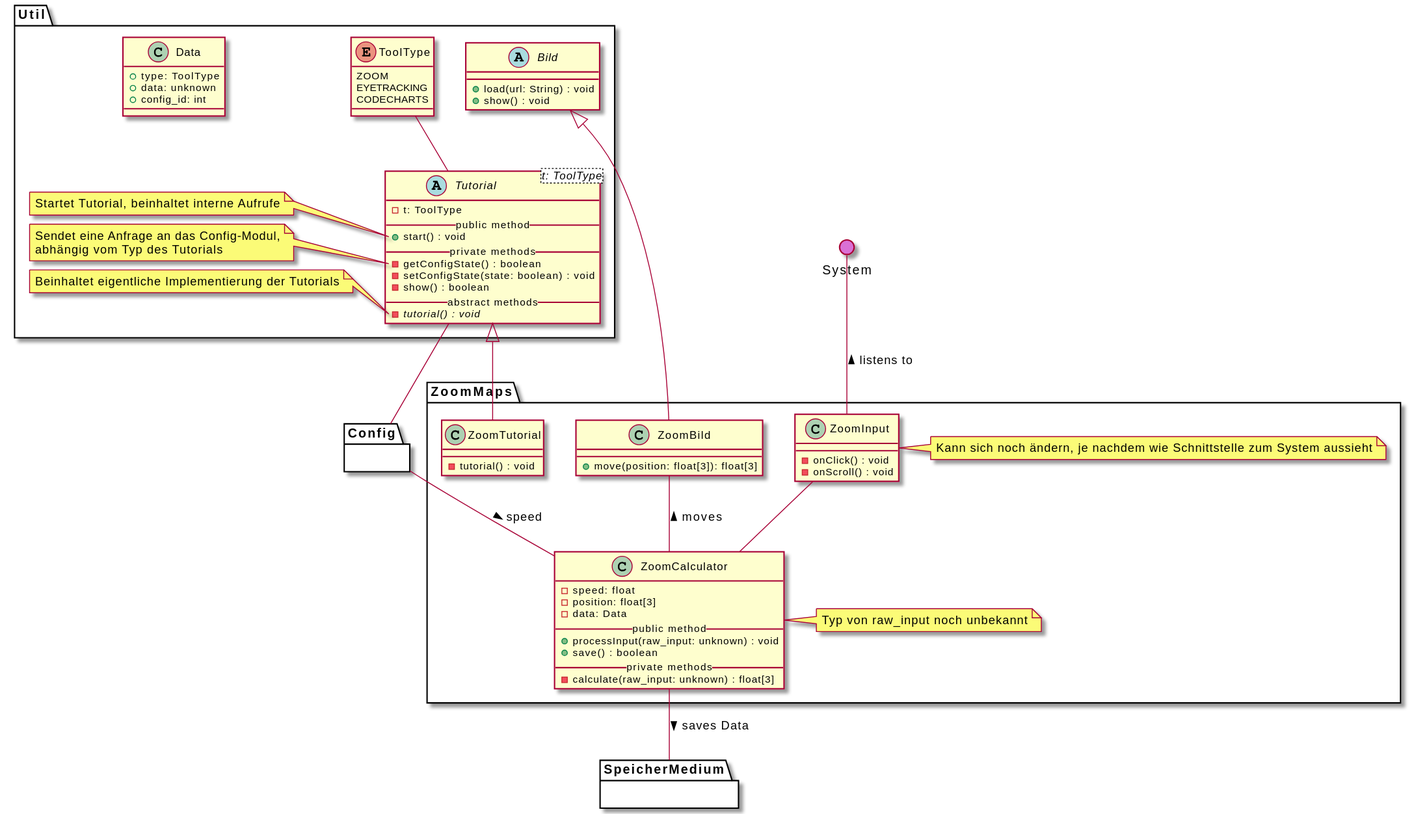
Before: meilenstein_03/uml-zoommaps/kommentiert/zoommaps-notes.svg, a diagram exported from PlantUML (weichware10/meilensteine).
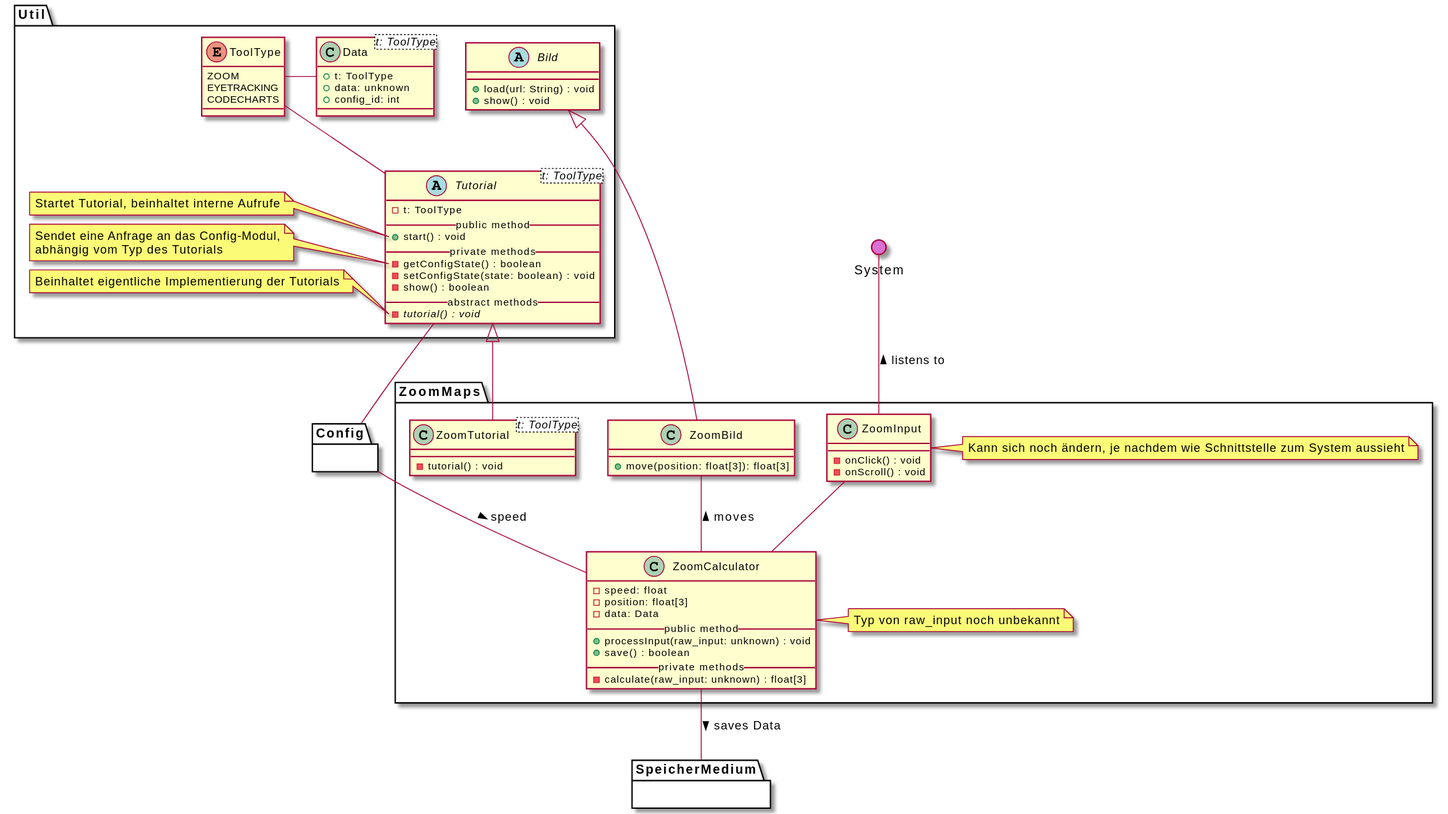
After the commit.

Commit message:
Render PlantUML SVGs

The edit, as a diff of the source:
```diff
@@ -33,6 +33,7 @@
     end note
 
     Tutorial -u- ToolType
+    Data -r- ToolType
     Tutorial -d- Config
 
 
@@ -42,8 +43,8 @@
       + show() : void
     }
 
-    class Data {
-        + type: ToolType
+    class Data<t: ToolType> {
+        + t: ToolType
         + data: unknown
         + config_id: int
     }
@@ -62,7 +63,7 @@
         Kann sich noch ändern, je nachdem wie Schnittstelle zum System aussieht
     end note
 
-    class ZoomTutorial {
+    class ZoomTutorial<t: ToolType> {
         - tutorial() : void
     }
 
```
